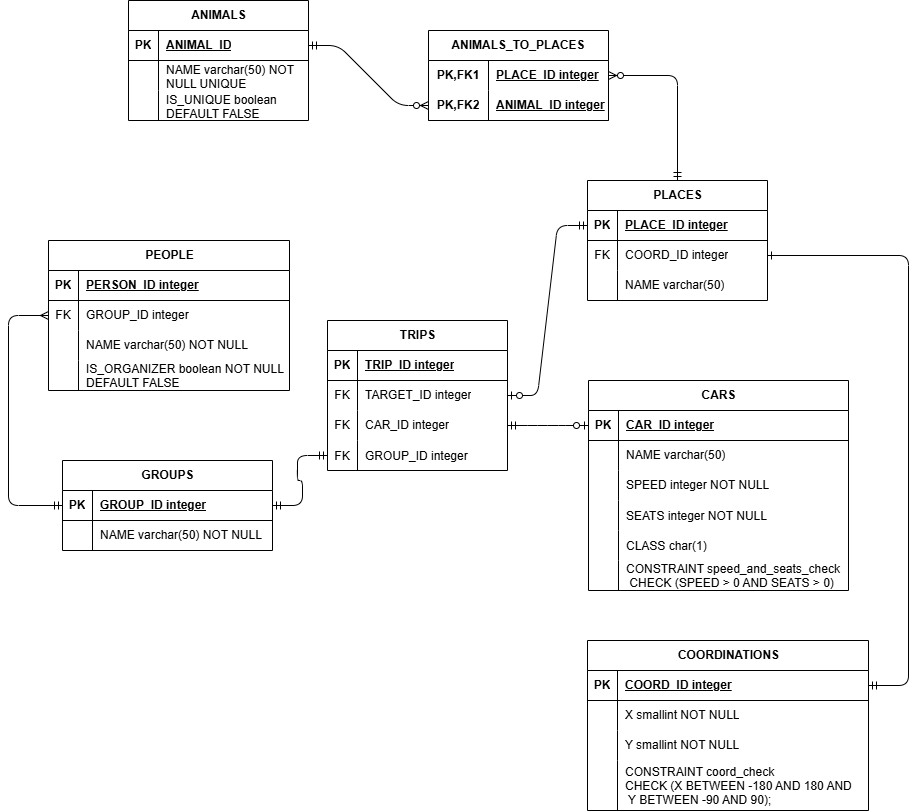
Above: lab1/DataModel.drawio.png in Xaabibas/Databases (draw.io), before the change. Source tidied: cells renumbered, new cells last; positions are measured from the earlier drawing's top-left corner, leaving out a move shared by most shapes.
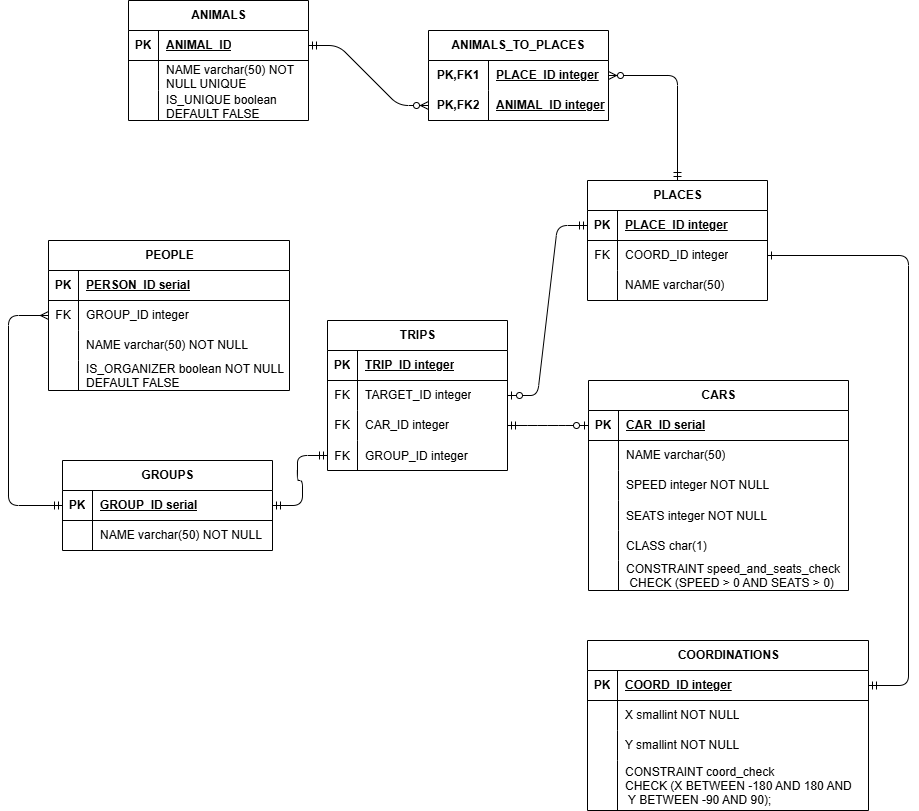
Above is the later version.

The edit, as a diff of the source:
```diff
@@ -50,7 +50,7 @@
     <mxCell id="17" value="PK" style="shape=partialRectangle;fillColor=none;top=0;left=0;bottom=0;right=0;fontStyle=1;overflow=hidden;whiteSpace=wrap;html=1;" parent="16" vertex="1">
       <mxGeometry width="30" height="30" as="geometry" />
     </mxCell>
-    <mxCell id="18" value="CAR_ID integer" style="shape=partialRectangle;fillColor=none;top=0;left=0;bottom=0;right=0;align=left;spacingLeft=6;fontStyle=5;overflow=hidden;whiteSpace=wrap;html=1;" parent="16" vertex="1">
+    <mxCell id="18" value="CAR_ID serial" style="shape=partialRectangle;fillColor=none;top=0;left=0;bottom=0;right=0;align=left;spacingLeft=6;fontStyle=5;overflow=hidden;whiteSpace=wrap;html=1;" parent="16" vertex="1">
       <mxGeometry x="30" width="230" height="30" as="geometry" />
     </mxCell>
     <mxCell id="19" style="shape=tableRow;horizontal=0;startSize=0;swimlaneHead=0;swimlaneBody=0;fillColor=none;top=0;left=0;right=0;bottom=0;" parent="15" vertex="1">
@@ -176,7 +176,7 @@
     <mxCell id="59" value="PK" style="shape=partialRectangle;fillColor=none;top=0;left=0;bottom=0;right=0;fontStyle=1;overflow=hidden;whiteSpace=wrap;html=1;" parent="58" vertex="1">
       <mxGeometry width="30" height="30" as="geometry" />
     </mxCell>
-    <mxCell id="60" value="PERSON_ID integer" style="shape=partialRectangle;fillColor=none;top=0;left=0;bottom=0;right=0;align=left;spacingLeft=6;fontStyle=5;overflow=hidden;whiteSpace=wrap;html=1;" parent="58" vertex="1">
+    <mxCell id="60" value="PERSON_ID serial" style="shape=partialRectangle;fillColor=none;top=0;left=0;bottom=0;right=0;align=left;spacingLeft=6;fontStyle=5;overflow=hidden;whiteSpace=wrap;html=1;" parent="58" vertex="1">
       <mxGeometry x="30" width="211" height="30" as="geometry" />
     </mxCell>
     <mxCell id="61" style="shape=tableRow;horizontal=0;startSize=0;swimlaneHead=0;swimlaneBody=0;fillColor=none;points=[[0,0.5],[1,0.5]];portConstraint=eastwest;top=0;left=0;right=0;bottom=0;" parent="57" vertex="1">
@@ -215,7 +215,7 @@
     <mxCell id="72" value="PK" style="shape=partialRectangle;fillColor=none;top=0;left=0;bottom=0;right=0;fontStyle=1;overflow=hidden;whiteSpace=wrap;html=1;" parent="71" vertex="1">
       <mxGeometry width="30" height="30" as="geometry" />
     </mxCell>
-    <mxCell id="73" value="GROUP_ID integer" style="shape=partialRectangle;fillColor=none;top=0;left=0;bottom=0;right=0;align=left;spacingLeft=6;fontStyle=5;overflow=hidden;whiteSpace=wrap;html=1;" parent="71" vertex="1">
+    <mxCell id="73" value="GROUP_ID serial" style="shape=partialRectangle;fillColor=none;top=0;left=0;bottom=0;right=0;align=left;spacingLeft=6;fontStyle=5;overflow=hidden;whiteSpace=wrap;html=1;" parent="71" vertex="1">
       <mxGeometry x="30" width="180" height="30" as="geometry" />
     </mxCell>
     <mxCell id="74" style="shape=tableRow;horizontal=0;startSize=0;swimlaneHead=0;swimlaneBody=0;fillColor=none;top=0;left=0;right=0;bottom=0;" parent="70" vertex="1">
```
